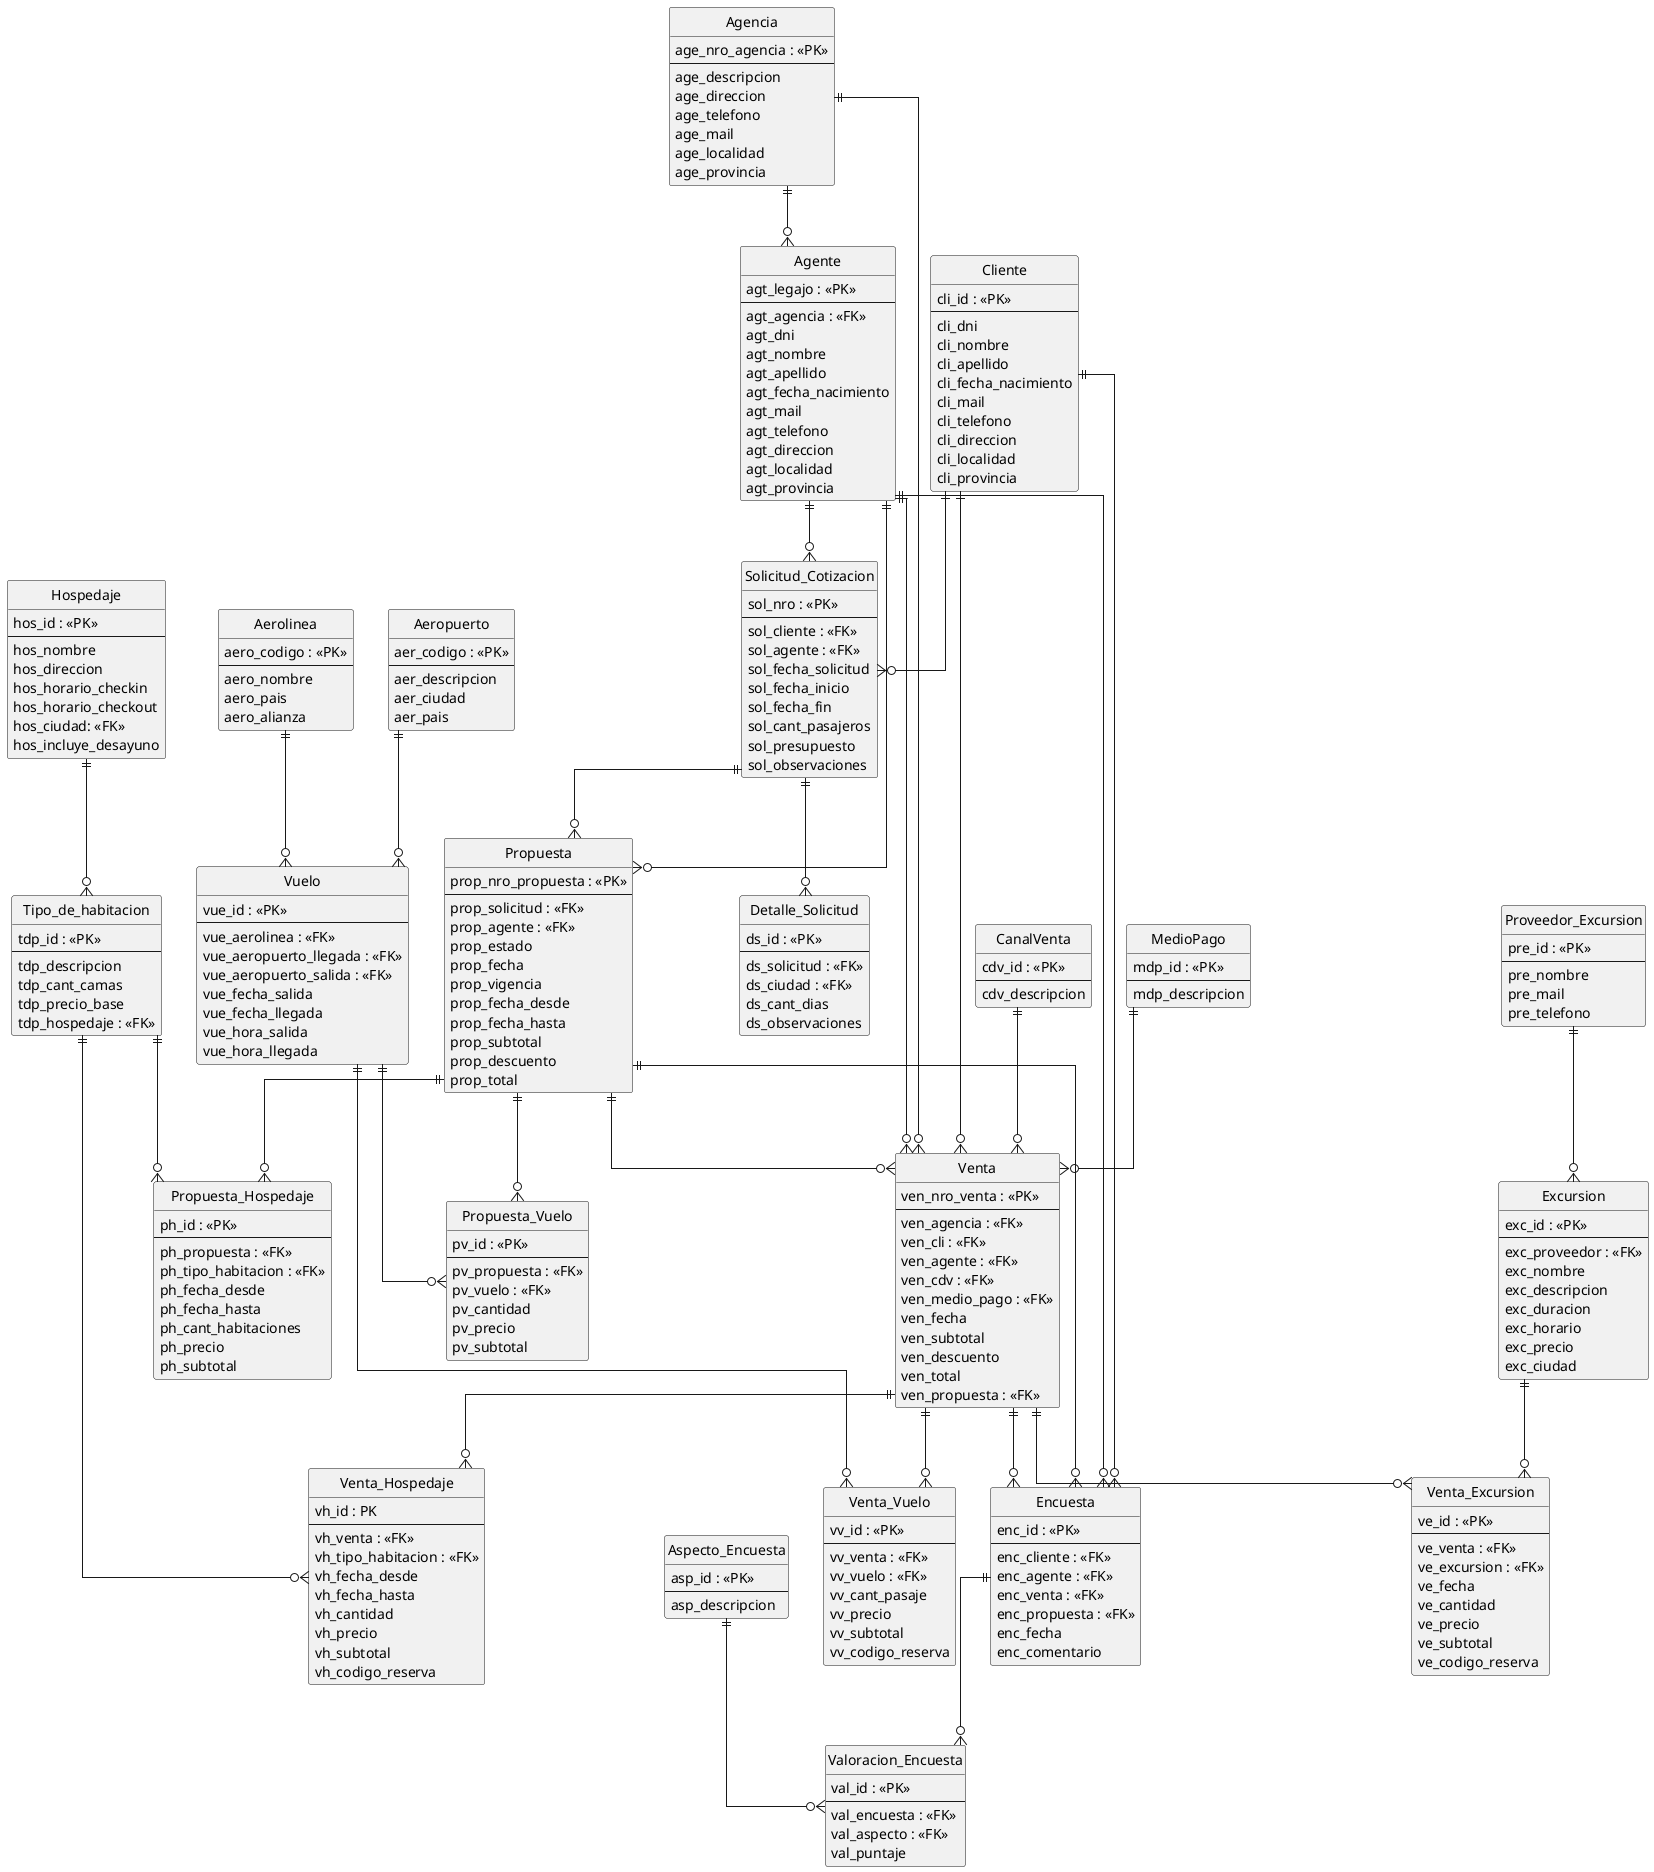
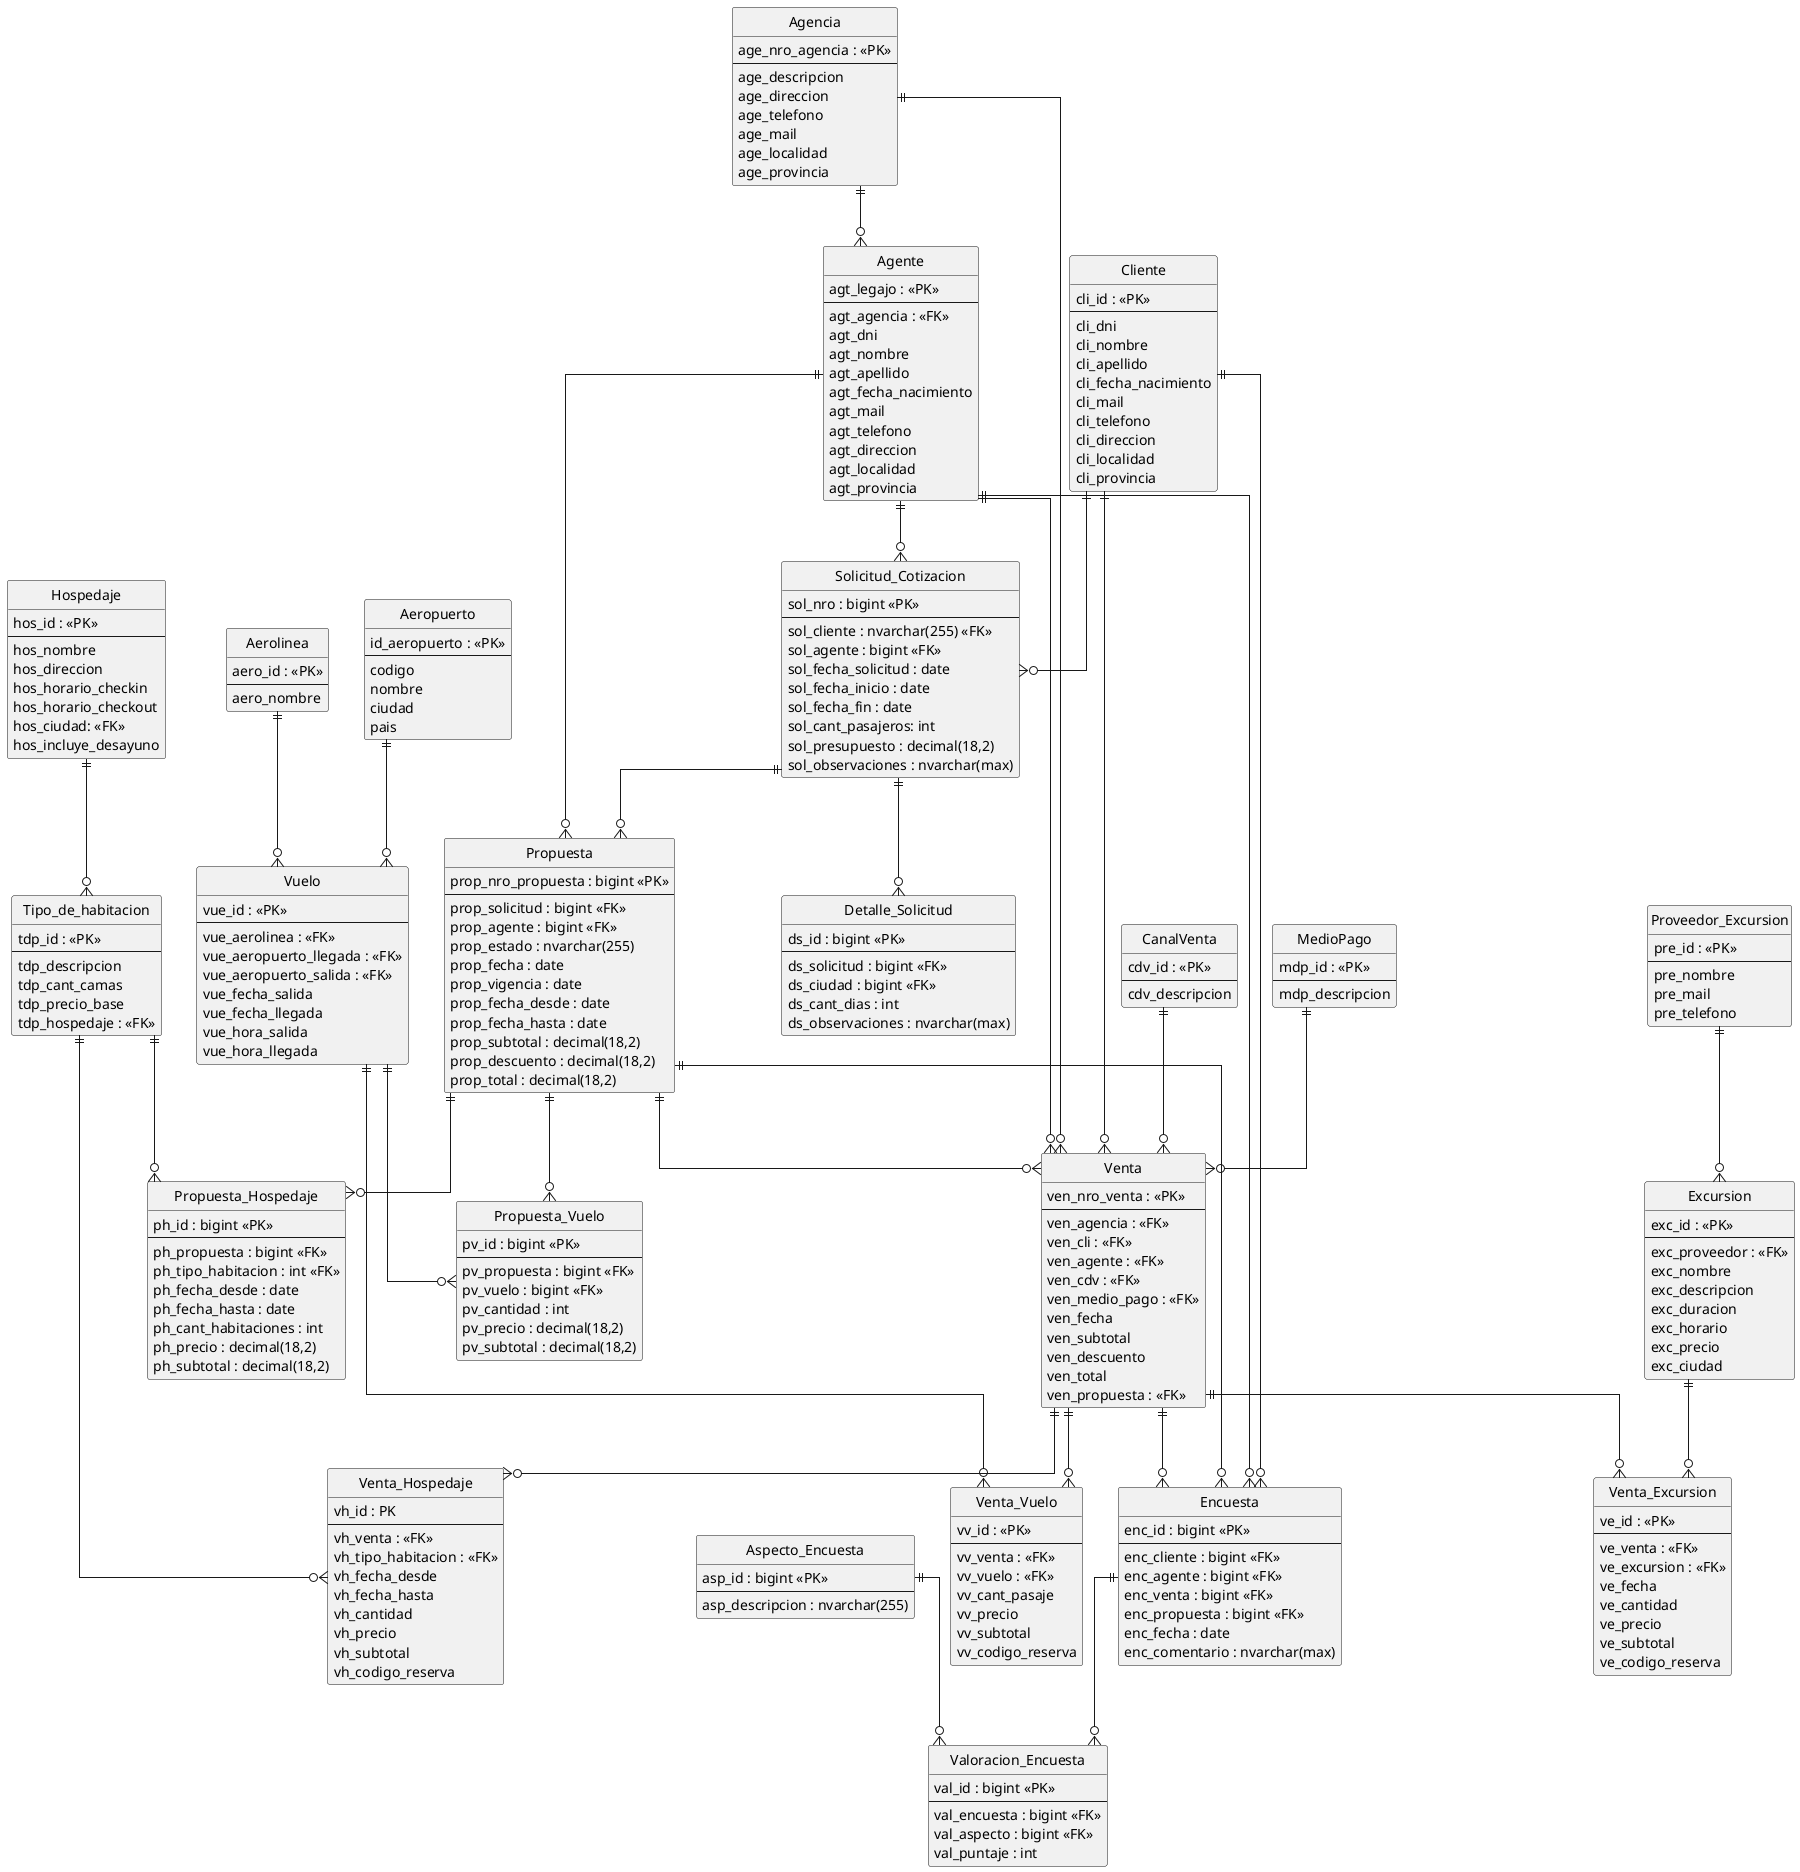
@startuml
hide circle
skinparam linetype ortho

entity Agencia {
  age_nro_agencia : <<PK>>
  --
  age_descripcion
  age_direccion
  age_telefono
  age_mail
  age_localidad
  age_provincia
}

entity Cliente {
  cli_id : <<PK>>
  --
  cli_dni
  cli_nombre
  cli_apellido
  cli_fecha_nacimiento
  cli_mail
  cli_telefono
  cli_direccion
  cli_localidad
  cli_provincia
}

entity Agente {
  agt_legajo : <<PK>>
  --
  agt_agencia : <<FK>>
  agt_dni
  agt_nombre
  agt_apellido
  agt_fecha_nacimiento
  agt_mail
  agt_telefono
  agt_direccion
  agt_localidad
  agt_provincia
}

entity CanalVenta {
  cdv_id : <<PK>>
  --
  cdv_descripcion
}

entity MedioPago {
  mdp_id : <<PK>>
  --
  mdp_descripcion
}

entity Aerolinea {
-   aero_codigo : <<PK>>
+   aero_id : <<PK>>
  --
  aero_nombre
-   aero_pais
-   aero_alianza
}

entity Aeropuerto {
-   aer_codigo : <<PK>>
-   --
-   aer_descripcion
-   aer_ciudad
-   aer_pais
+   id_aeropuerto : <<PK>>
+   --
+   codigo
+   nombre
+   ciudad
+   pais
}

entity Vuelo {
  vue_id : <<PK>>
  --
  vue_aerolinea : <<FK>>
  vue_aeropuerto_llegada : <<FK>>
  vue_aeropuerto_salida : <<FK>>
  vue_fecha_salida
  vue_fecha_llegada
  vue_hora_salida
  vue_hora_llegada
}

entity Hospedaje {
  hos_id : <<PK>>
  --
  hos_nombre
  hos_direccion
  hos_horario_checkin
  hos_horario_checkout
  hos_ciudad: <<FK>>
  hos_incluye_desayuno
}

entity Tipo_de_habitacion {
  tdp_id : <<PK>>
  --
  tdp_descripcion
  tdp_cant_camas
  tdp_precio_base
  tdp_hospedaje : <<FK>>
}

entity Proveedor_Excursion {
  pre_id : <<PK>>
  --
  pre_nombre
  pre_mail
  pre_telefono
}

entity Excursion {
  exc_id : <<PK>>
  --
  exc_proveedor : <<FK>>
  exc_nombre
  exc_descripcion
  exc_duracion
  exc_horario
  exc_precio
  exc_ciudad
}

entity Venta {
  ven_nro_venta : <<PK>>
  --
  ven_agencia : <<FK>>
  ven_cli : <<FK>>
  ven_agente : <<FK>>
  ven_cdv : <<FK>>
  ven_medio_pago : <<FK>>
  ven_fecha
  ven_subtotal
  ven_descuento
  ven_total
  ven_propuesta : <<FK>>
}

entity Venta_Vuelo {
  vv_id : <<PK>>
  --
  vv_venta : <<FK>>
  vv_vuelo : <<FK>>
  vv_cant_pasaje
  vv_precio
  vv_subtotal
  vv_codigo_reserva
}

entity Venta_Hospedaje {
  vh_id : PK
  --
  vh_venta : <<FK>>
  vh_tipo_habitacion : <<FK>>
  vh_fecha_desde
  vh_fecha_hasta
  vh_cantidad
  vh_precio
  vh_subtotal
  vh_codigo_reserva
}

entity Venta_Excursion {
  ve_id : <<PK>>
  --
  ve_venta : <<FK>>
  ve_excursion : <<FK>>
  ve_fecha
  ve_cantidad
  ve_precio
  ve_subtotal
  ve_codigo_reserva
}

entity Solicitud_Cotizacion {
-   sol_nro : <<PK>>
-   --
-   sol_cliente : <<FK>>
-   sol_agente : <<FK>>
-   sol_fecha_solicitud
-   sol_fecha_inicio
-   sol_fecha_fin
-   sol_cant_pasajeros
-   sol_presupuesto
-   sol_observaciones
+   sol_nro : bigint <<PK>>
+   --
+   sol_cliente : nvarchar(255) <<FK>>
+   sol_agente : bigint <<FK>>
+   sol_fecha_solicitud : date
+   sol_fecha_inicio : date
+   sol_fecha_fin : date
+   sol_cant_pasajeros: int
+   sol_presupuesto : decimal(18,2)
+   sol_observaciones : nvarchar(max)
}

entity Detalle_Solicitud {
-   ds_id : <<PK>>
-   --
-   ds_solicitud : <<FK>>
-   ds_ciudad : <<FK>>
-   ds_cant_dias
-   ds_observaciones
+   ds_id : bigint <<PK>>
+   --
+   ds_solicitud : bigint <<FK>>
+   ds_ciudad : bigint <<FK>>
+   ds_cant_dias : int
+   ds_observaciones : nvarchar(max)
}

entity Propuesta {
-   prop_nro_propuesta : <<PK>>
-   --
-   prop_solicitud : <<FK>>
-   prop_agente : <<FK>>
-   prop_estado
-   prop_fecha
-   prop_vigencia
-   prop_fecha_desde
-   prop_fecha_hasta
-   prop_subtotal
-   prop_descuento
-   prop_total
+   prop_nro_propuesta : bigint <<PK>>
+   --
+   prop_solicitud : bigint <<FK>>
+   prop_agente : bigint <<FK>>
+   prop_estado : nvarchar(255)
+   prop_fecha : date
+   prop_vigencia : date
+   prop_fecha_desde : date
+   prop_fecha_hasta : date
+   prop_subtotal : decimal(18,2)
+   prop_descuento : decimal(18,2)
+   prop_total : decimal(18,2)
}

entity Propuesta_Vuelo {
-   pv_id : <<PK>>
-   --
-   pv_propuesta : <<FK>>
-   pv_vuelo : <<FK>>
-   pv_cantidad
-   pv_precio
-   pv_subtotal
+   pv_id : bigint <<PK>>
+   --
+   pv_propuesta : bigint <<FK>>
+   pv_vuelo : bigint <<FK>>
+   pv_cantidad : int
+   pv_precio : decimal(18,2)
+   pv_subtotal : decimal(18,2)
}

entity Propuesta_Hospedaje {
-   ph_id : <<PK>>
-   --
-   ph_propuesta : <<FK>>
-   ph_tipo_habitacion : <<FK>>
-   ph_fecha_desde
-   ph_fecha_hasta
-   ph_cant_habitaciones
-   ph_precio
-   ph_subtotal
+   ph_id : bigint <<PK>>
+   --
+   ph_propuesta : bigint <<FK>>
+   ph_tipo_habitacion : int <<FK>>
+   ph_fecha_desde : date
+   ph_fecha_hasta : date
+   ph_cant_habitaciones : int
+   ph_precio : decimal(18,2)
+   ph_subtotal : decimal(18,2)
}

entity Encuesta {
-   enc_id : <<PK>>
-   --
-   enc_cliente : <<FK>>
-   enc_agente : <<FK>>
-   enc_venta : <<FK>>
-   enc_propuesta : <<FK>>
-   enc_fecha
-   enc_comentario
+   enc_id : bigint <<PK>>
+   --
+   enc_cliente : bigint <<FK>>
+   enc_agente : bigint <<FK>>
+   enc_venta : bigint <<FK>>
+   enc_propuesta : bigint <<FK>>
+   enc_fecha : date
+   enc_comentario : nvarchar(max)
}

entity Aspecto_Encuesta {
-   asp_id : <<PK>>
-   --
-   asp_descripcion
+   asp_id : bigint <<PK>>
+   --
+   asp_descripcion : nvarchar(255)
}

entity Valoracion_Encuesta {
-   val_id : <<PK>>
-   --
-   val_encuesta : <<FK>>
-   val_aspecto : <<FK>>
-   val_puntaje
+   val_id : bigint <<PK>>
+   --
+   val_encuesta : bigint <<FK>>
+   val_aspecto : bigint <<FK>>
+   val_puntaje : int
}

Agencia ||--o{ Agente
Agencia ||--o{ Venta

Cliente ||--o{ Venta
Cliente ||--o{ Solicitud_Cotizacion
Cliente ||--o{ Encuesta

Agente ||--o{ Venta
Agente ||--o{ Solicitud_Cotizacion
Agente ||--o{ Propuesta
Agente ||--o{ Encuesta

CanalVenta ||--o{ Venta
MedioPago ||--o{ Venta

Aerolinea ||--o{ Vuelo
Aeropuerto ||--o{ Vuelo

Hospedaje ||--o{ Tipo_de_habitacion

Proveedor_Excursion ||--o{ Excursion

Venta ||--o{ Venta_Vuelo
Venta ||--o{ Venta_Hospedaje
Venta ||--o{ Venta_Excursion

Vuelo ||--o{ Venta_Vuelo
Tipo_de_habitacion ||--o{ Venta_Hospedaje
Excursion ||--o{ Venta_Excursion

Solicitud_Cotizacion ||--o{ Detalle_Solicitud
Solicitud_Cotizacion ||--o{ Propuesta

Propuesta ||--o{ Propuesta_Vuelo
Propuesta ||--o{ Propuesta_Hospedaje

Vuelo ||--o{ Propuesta_Vuelo
Tipo_de_habitacion ||--o{ Propuesta_Hospedaje

Propuesta ||--o{ Venta

Encuesta ||--o{ Valoracion_Encuesta
Aspecto_Encuesta ||--o{ Valoracion_Encuesta

Venta ||--o{ Encuesta
Propuesta ||--o{ Encuesta


@enduml
